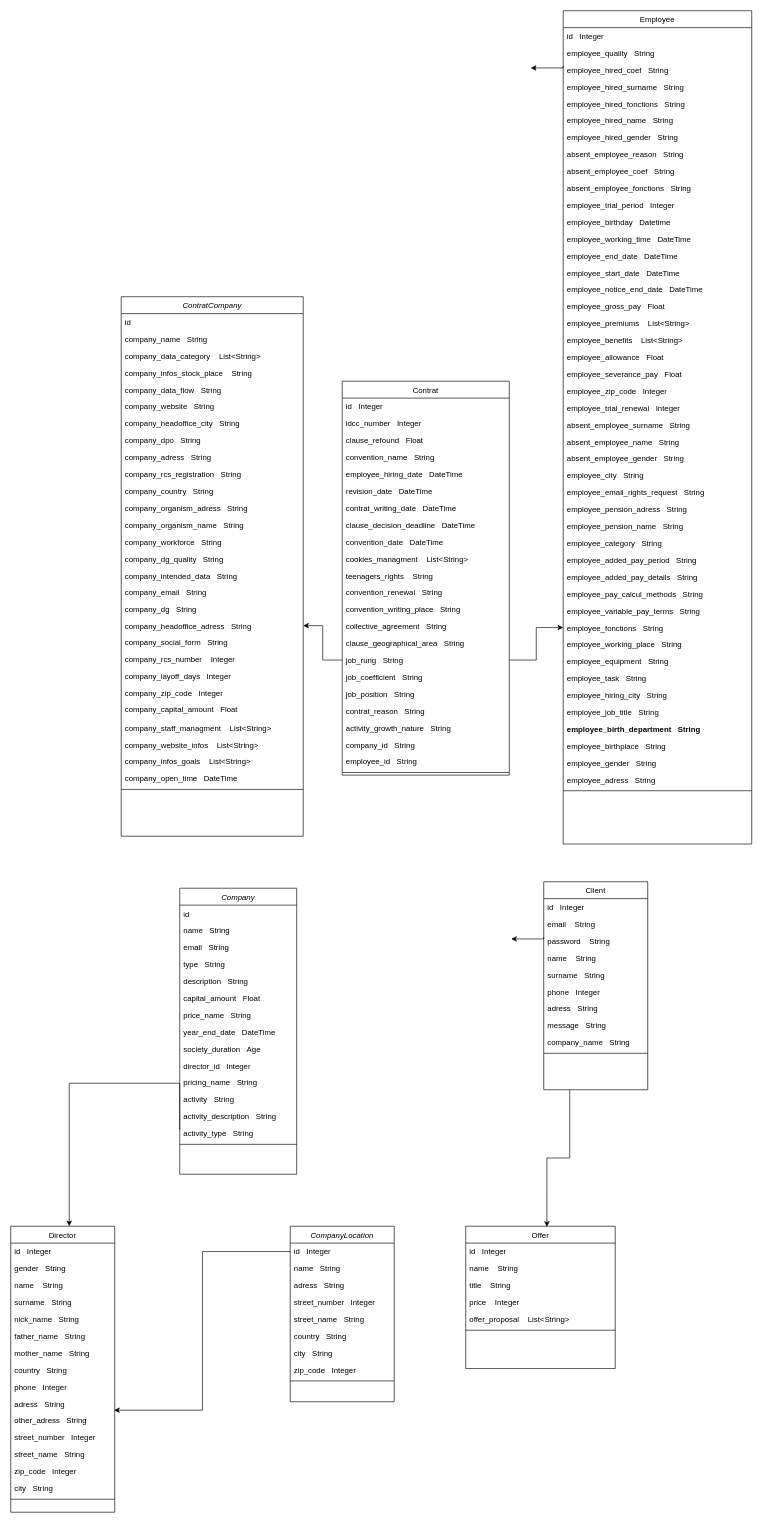
The draw.io diagram Diagramme sans nom.drawio in Mouanzath-IntegraCom/charts, before the edit. Source tidied: cells renumbered, new cells numbered last; positions are measured from the earlier drawing's top-left corner, leaving out a move shared by most shapes. Both pictures are drawn from the tidied source at 65%, with x=0, y=0 at pixel (10, 10).
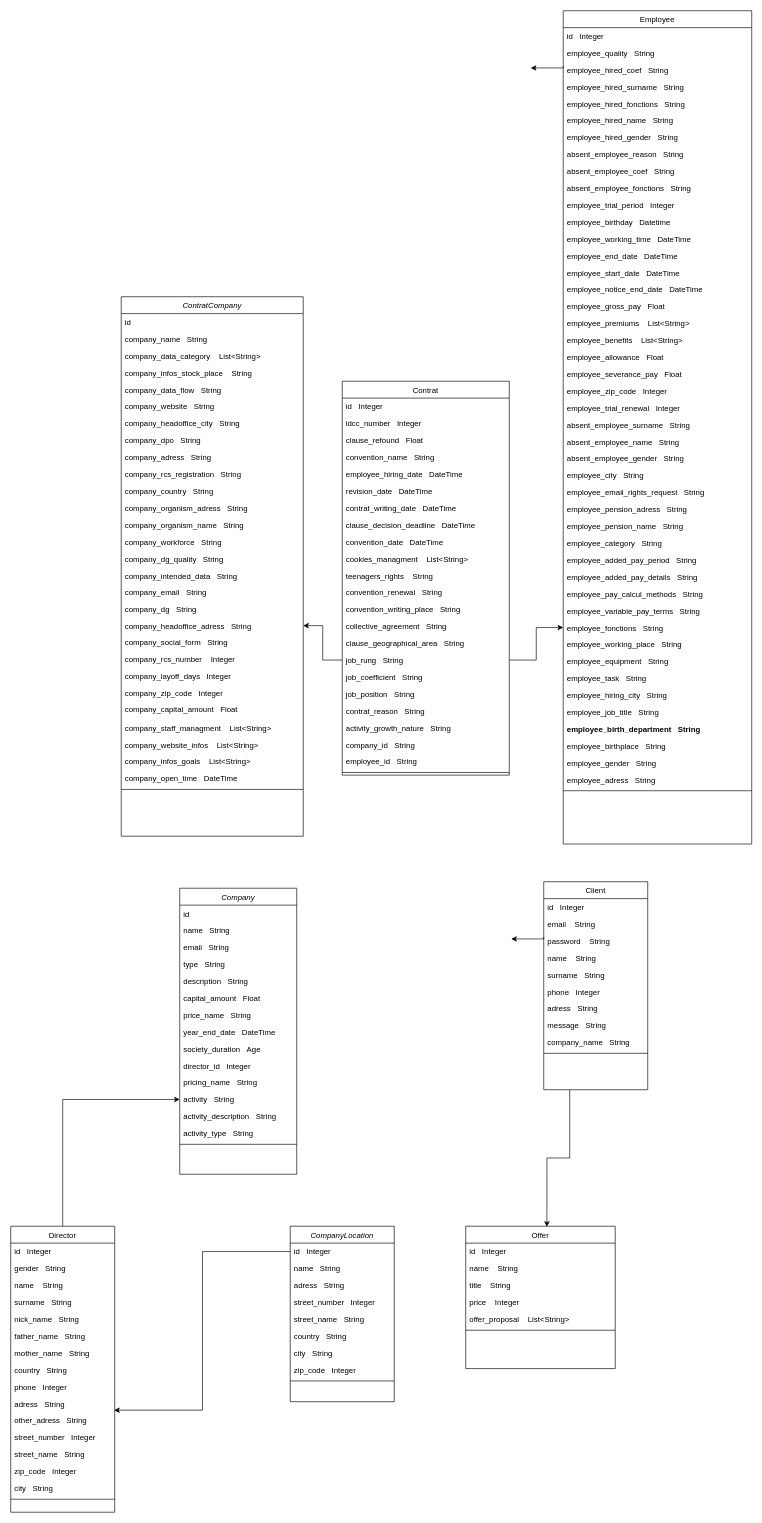
After the change.

Commit message:
Mettre à jour Diagramme sans nom.drawio

The change refers to these unchanged cells:
```xml
<mxCell id="15" value="activity   String" style="text;align=left;verticalAlign=top;spacingLeft=4;spacingRight=4;overflow=hidden;points=[[0,0.5],[1,0.5]];portConstraint=eastwest;rounded=0;shadow=0;html=0;" parent="3" vertex="1">
  <mxGeometry y="312" width="180" height="26" as="geometry" />
</mxCell>
<mxCell id="17" value="activity_type   String" style="text;align=left;verticalAlign=top;spacingLeft=4;spacingRight=4;overflow=hidden;points=[[0,0.5],[1,0.5]];portConstraint=eastwest;rounded=0;shadow=0;html=0;" parent="3" vertex="1">
  <mxGeometry y="364" width="180" height="26" as="geometry" />
</mxCell>
<mxCell id="19" value="Director" style="swimlane;fontStyle=0;align=center;verticalAlign=top;horizontal=1;startSize=26;rounded=0;shadow=0;strokeWidth=1;" parent="1" vertex="1">
  <mxGeometry y="1870" width="160" height="440" as="geometry" />
</mxCell>
```

Diff of the diagram source:
```diff
@@
-    <mxCell id="2" style="edgeStyle=orthogonalEdgeStyle;rounded=0;jettySize=auto;html=1;entryX=0.675;entryY=0;entryDx=0;entryDy=0;entryPerimeter=0;exitX=0;exitY=0.269;exitDx=0;exitDy=0;exitPerimeter=0;" parent="1" edge="1" source="17">
-      <mxGeometry relative="1" as="geometry">
-        <mxPoint x="90" y="1870" as="targetPoint" />
-        <Array as="points">
-          <mxPoint x="250" y="1650" />
-          <mxPoint x="91" y="1650" />
-        </Array>
-      </mxGeometry>
-    </mxCell>
@@
+    <mxCell id="171" style="edgeStyle=orthogonalEdgeStyle;rounded=0;jettySize=auto;html=1;exitX=0.5;exitY=0;exitDx=0;exitDy=0;" parent="1" edge="1" source="19" target="15">
+      <mxGeometry relative="1" as="geometry" />
+    </mxCell>
```
